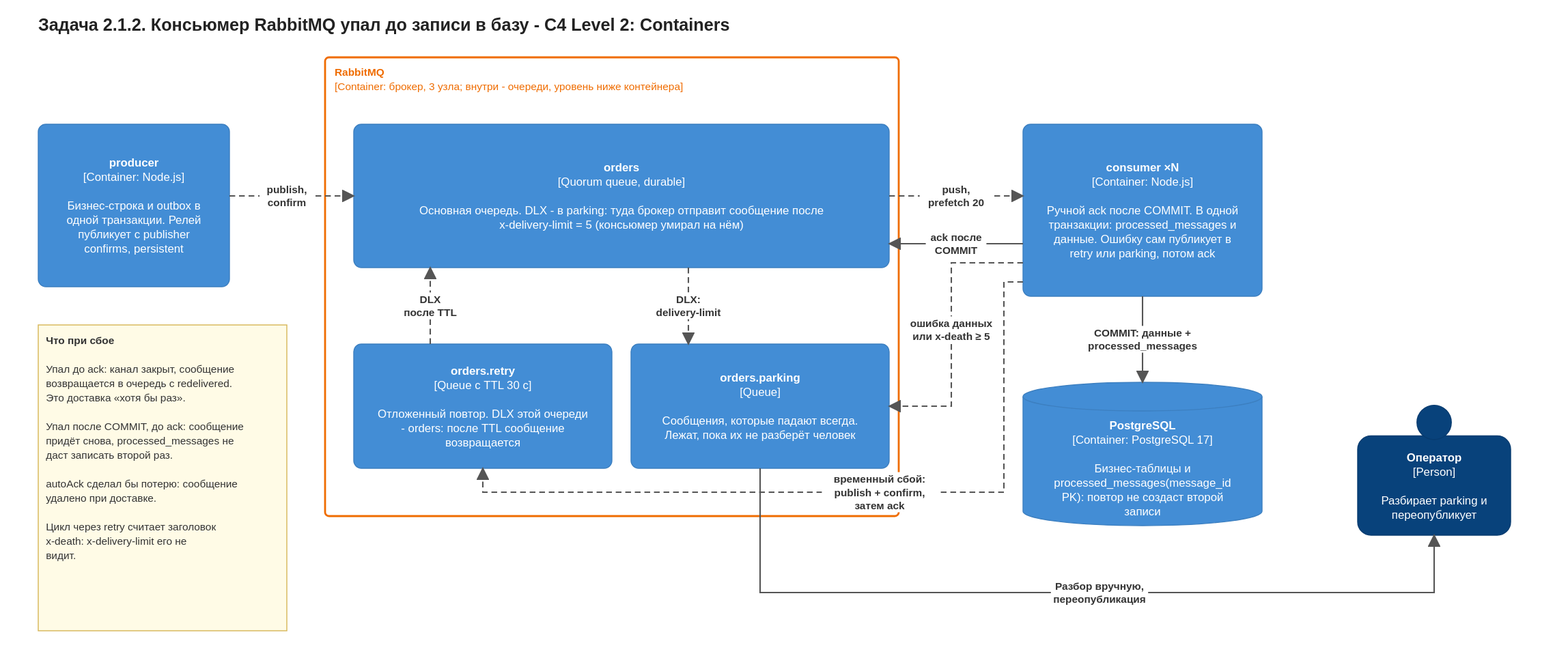
Earlier version of the draw.io export docs/highload/rabbitmq-consumer.drawio.svg (Elaman19/system-design). Source tidied: cells renumbered, new cells last; positions are measured from the earlier drawing's top-left corner, leaving out a move shared by most shapes.
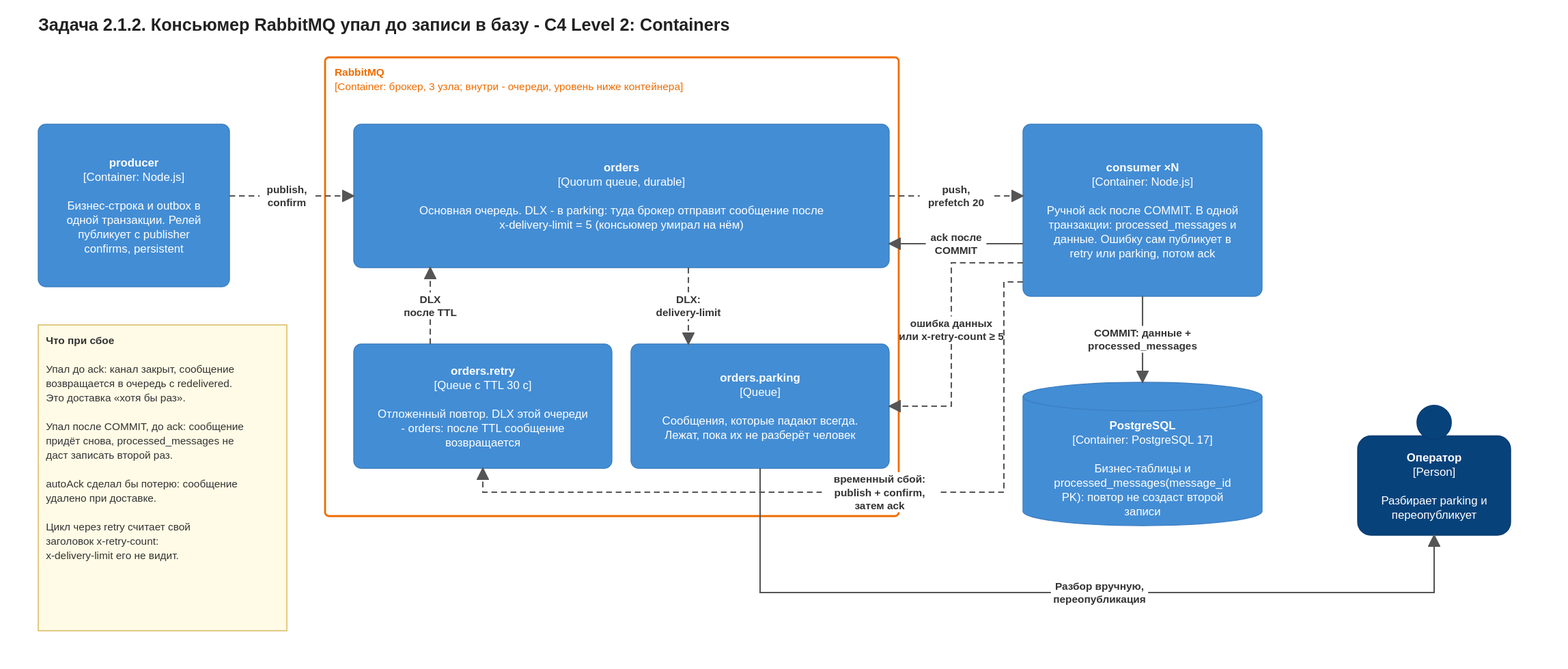
The same file after the commit.

Diff of the diagram source:
```diff
@@ -29,7 +29,7 @@
     <mxCell id="10" value="&lt;b&gt;Оператор&lt;/b&gt;&lt;br&gt;[Person]&lt;br&gt;&lt;br&gt;Разбирает parking и переопубликует" style="fontFamily=Helvetica;html=1;whiteSpace=wrap;fontSize=12;shape=mxgraph.c4.person2;fillColor=#08427b;strokeColor=#073b6f;fontColor=#ffffff;align=center;verticalAlign=middle;" parent="1" vertex="1">
       <mxGeometry x="1380" y="406" width="160" height="140" as="geometry" />
     </mxCell>
-    <mxCell id="11" value="&lt;b&gt;Что при сбое&lt;/b&gt;&lt;br&gt;&lt;br&gt;Упал до ack: канал закрыт, сообщение возвращается в очередь с redelivered. Это доставка «хотя бы раз».&lt;br&gt;&lt;br&gt;Упал после COMMIT, до ack: сообщение придёт снова, processed_messages не даст записать второй раз.&lt;br&gt;&lt;br&gt;autoAck сделал бы потерю: сообщение удалено при доставке.&lt;br&gt;&lt;br&gt;Цикл через retry считает заголовок x-death: x-delivery-limit его не видит." style="fontFamily=Helvetica;html=1;whiteSpace=wrap;fontSize=12;rounded=0;fillColor=#fffbe6;strokeColor=#d6b656;fontColor=#333333;align=left;verticalAlign=top;spacing=8;fontSize=11;" parent="1" vertex="1">
+    <mxCell id="11" value="&lt;b&gt;Что при сбое&lt;/b&gt;&lt;br&gt;&lt;br&gt;Упал до ack: канал закрыт, сообщение возвращается в очередь с redelivered. Это доставка «хотя бы раз».&lt;br&gt;&lt;br&gt;Упал после COMMIT, до ack: сообщение придёт снова, processed_messages не даст записать второй раз.&lt;br&gt;&lt;br&gt;autoAck сделал бы потерю: сообщение удалено при доставке.&lt;br&gt;&lt;br&gt;Цикл через retry считает свой заголовок x-retry-count: x-delivery-limit его не видит." style="fontFamily=Helvetica;html=1;whiteSpace=wrap;fontSize=12;rounded=0;fillColor=#fffbe6;strokeColor=#d6b656;fontColor=#333333;align=left;verticalAlign=top;spacing=8;fontSize=11;" parent="1" vertex="1">
       <mxGeometry y="326" width="260" height="320" as="geometry" />
     </mxCell>
     <mxCell id="12" value="&lt;b&gt;publish,&lt;br&gt;confirm&lt;/b&gt;" style="fontFamily=Helvetica;html=1;whiteSpace=wrap;fontSize=11;rounded=0;endArrow=blockThin;endFill=1;strokeColor=#555555;strokeWidth=1.5;fontColor=#333333;labelBackgroundColor=#ffffff;exitX=1.0;exitY=0.441;entryX=0.0;entryY=0.5;dashed=1;dashPattern=6 4;" parent="1" edge="1" source="4" target="5">
@@ -59,7 +59,7 @@
     <mxCell id="18" value="&lt;b&gt;DLX:&lt;br&gt;delivery-limit&lt;/b&gt;" style="fontFamily=Helvetica;html=1;whiteSpace=wrap;fontSize=11;rounded=0;endArrow=blockThin;endFill=1;strokeColor=#555555;strokeWidth=1.5;fontColor=#333333;labelBackgroundColor=#ffffff;exitX=0.625;exitY=1.0;entryX=0.222;entryY=0.0;dashed=1;dashPattern=6 4;" parent="1" edge="1" source="5" target="7">
       <mxGeometry relative="1" as="geometry" />
     </mxCell>
-    <mxCell id="19" value="&lt;b&gt;ошибка данных&lt;br&gt;или x-death ≥ 5&lt;/b&gt;" style="fontFamily=Helvetica;html=1;whiteSpace=wrap;fontSize=11;rounded=0;endArrow=blockThin;endFill=1;strokeColor=#555555;strokeWidth=1.5;fontColor=#333333;labelBackgroundColor=#ffffff;exitX=0.0;exitY=0.806;entryX=1.0;entryY=0.5;dashed=1;dashPattern=6 4;" parent="1" edge="1" source="8" target="7">
+    <mxCell id="19" value="&lt;b&gt;ошибка данных&lt;br&gt;или x-retry-count ≥ 5&lt;/b&gt;" style="fontFamily=Helvetica;html=1;whiteSpace=wrap;fontSize=11;rounded=0;endArrow=blockThin;endFill=1;strokeColor=#555555;strokeWidth=1.5;fontColor=#333333;labelBackgroundColor=#ffffff;exitX=0.0;exitY=0.806;entryX=1.0;entryY=0.5;dashed=1;dashPattern=6 4;" parent="1" edge="1" source="8" target="7">
       <mxGeometry relative="1" as="geometry">
         <Array as="points">
           <mxPoint x="955" y="261" />
```
